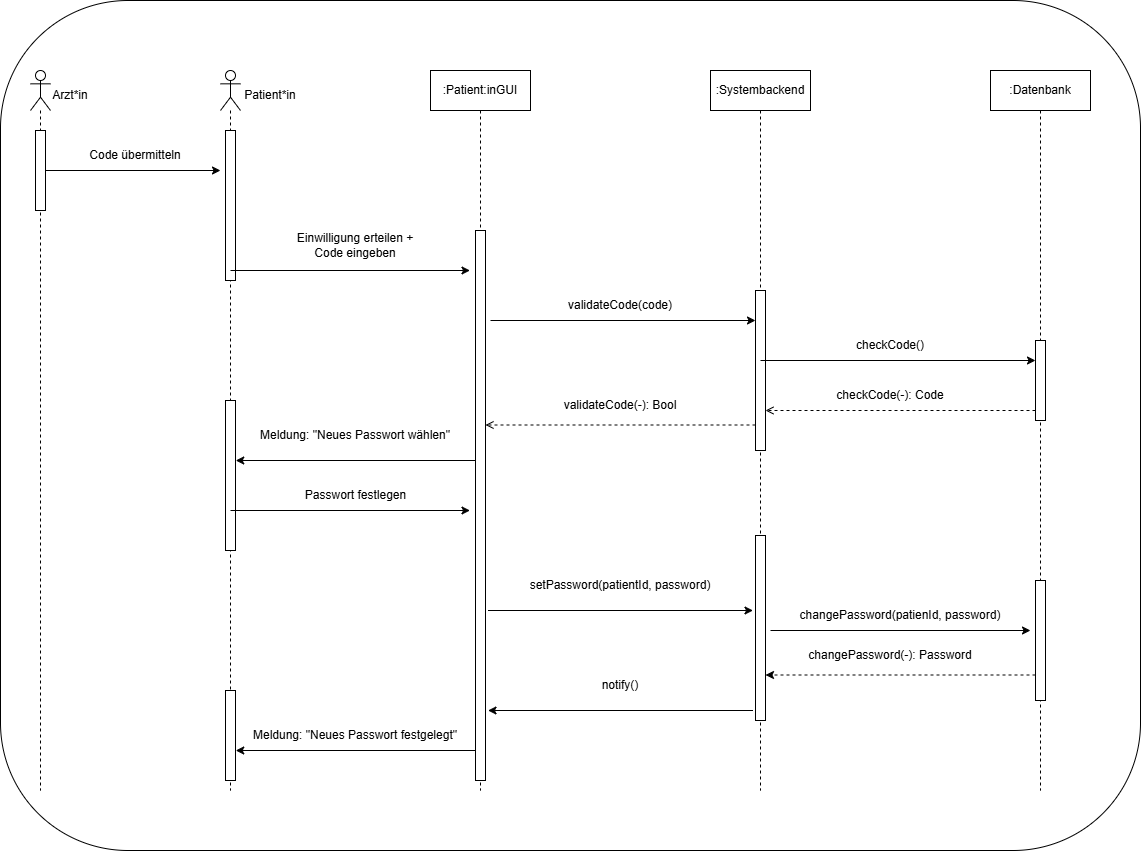
This is docs/product/images/meilenstein2/Sequenz_Anmeldung.drawio.png from duhoanghai/swp25-26, a draw.io export, as it was before one commit. Source tidied: cells renumbered, new cells last; positions are measured from the earlier drawing's top-left corner, leaving out a move shared by most shapes. Source of this version:
```xml
<mxGraphModel>
  <root>
    <mxCell id="0" />
    <mxCell id="1" parent="0" />
    <mxCell id="2" style="rounded=1;whiteSpace=wrap;html=1;" parent="1" vertex="1">
      <mxGeometry width="1140" height="850" as="geometry" />
    </mxCell>
    <mxCell id="3" value=":Patient:inGUI" style="shape=umlLifeline;perimeter=lifelinePerimeter;whiteSpace=wrap;html=1;newEdgeStyle={&quot;curved&quot;:0,&quot;rounded&quot;:0};" parent="1" vertex="1">
      <mxGeometry x="430" y="70" width="100" height="720" as="geometry" />
    </mxCell>
    <mxCell id="4" style="html=1;perimeter=orthogonalPerimeter;targetShapes=umlLifeline;newEdgeStyle={&quot;curved&quot;:0,&quot;rounded&quot;:0};" parent="3" vertex="1">
      <mxGeometry x="45" y="160" width="10" height="550" as="geometry" />
    </mxCell>
    <mxCell id="5" value=":Systembackend" style="shape=umlLifeline;perimeter=lifelinePerimeter;whiteSpace=wrap;html=1;newEdgeStyle={&quot;curved&quot;:0,&quot;rounded&quot;:0};" parent="1" vertex="1">
      <mxGeometry x="710" y="70" width="100" height="720" as="geometry" />
    </mxCell>
    <mxCell id="6" style="html=1;points=[[0,0,0,0,5],[0,1,0,0,-5],[1,0,0,0,5],[1,1,0,0,-5]];perimeter=orthogonalPerimeter;outlineConnect=0;targetShapes=umlLifeline;portConstraint=eastwest;newEdgeStyle={&quot;curved&quot;:0,&quot;rounded&quot;:0};" parent="5" vertex="1">
      <mxGeometry x="45" y="220" width="10" height="160" as="geometry" />
    </mxCell>
    <mxCell id="7" style="html=1;perimeter=orthogonalPerimeter;targetShapes=umlLifeline;newEdgeStyle={&quot;curved&quot;:0,&quot;rounded&quot;:0};" parent="5" vertex="1">
      <mxGeometry x="45" y="465" width="10" height="185" as="geometry" />
    </mxCell>
    <mxCell id="8" value=":Datenbank" style="shape=umlLifeline;perimeter=lifelinePerimeter;whiteSpace=wrap;html=1;newEdgeStyle={&quot;curved&quot;:0,&quot;rounded&quot;:0};" parent="1" vertex="1">
      <mxGeometry x="990" y="70" width="100" height="720" as="geometry" />
    </mxCell>
    <mxCell id="9" style="html=1;points=[[0,0,0,0,5],[0,1,0,0,-5],[1,0,0,0,5],[1,1,0,0,-5]];perimeter=orthogonalPerimeter;outlineConnect=0;targetShapes=umlLifeline;portConstraint=eastwest;newEdgeStyle={&quot;curved&quot;:0,&quot;rounded&quot;:0};" parent="8" vertex="1">
      <mxGeometry x="45" y="270" width="10" height="80" as="geometry" />
    </mxCell>
    <mxCell id="10" style="html=1;perimeter=orthogonalPerimeter;targetShapes=umlLifeline;newEdgeStyle={&quot;curved&quot;:0,&quot;rounded&quot;:0};" parent="8" vertex="1">
      <mxGeometry x="45" y="510" width="10" height="120" as="geometry" />
    </mxCell>
    <mxCell id="11" style="shape=umlLifeline;perimeter=lifelinePerimeter;whiteSpace=wrap;html=1;newEdgeStyle={&quot;curved&quot;:0,&quot;rounded&quot;:0};participant=umlActor;" parent="1" vertex="1">
      <mxGeometry x="220" y="70" width="20" height="720" as="geometry" />
    </mxCell>
    <mxCell id="12" style="html=1;perimeter=orthogonalPerimeter;targetShapes=umlLifeline;newEdgeStyle={&quot;curved&quot;:0,&quot;rounded&quot;:0};" parent="11" vertex="1">
      <mxGeometry x="5" y="60" width="10" height="150" as="geometry" />
    </mxCell>
    <mxCell id="13" style="html=1;perimeter=orthogonalPerimeter;targetShapes=umlLifeline;newEdgeStyle={&quot;curved&quot;:0,&quot;rounded&quot;:0};" parent="11" vertex="1">
      <mxGeometry x="5" y="330" width="10" height="150" as="geometry" />
    </mxCell>
    <mxCell id="14" style="html=1;perimeter=orthogonalPerimeter;targetShapes=umlLifeline;newEdgeStyle={&quot;curved&quot;:0,&quot;rounded&quot;:0};" parent="11" vertex="1">
      <mxGeometry x="5" y="620" width="10" height="90" as="geometry" />
    </mxCell>
    <mxCell id="15" style="shape=umlLifeline;perimeter=lifelinePerimeter;whiteSpace=wrap;html=1;newEdgeStyle={&quot;curved&quot;:0,&quot;rounded&quot;:0};participant=umlActor;" parent="1" vertex="1">
      <mxGeometry x="30" y="70" width="20" height="720" as="geometry" />
    </mxCell>
    <mxCell id="16" style="html=1;points=[[0,0,0,0,5],[0,1,0,0,-5],[1,0,0,0,5],[1,1,0,0,-5]];perimeter=orthogonalPerimeter;outlineConnect=0;targetShapes=umlLifeline;portConstraint=eastwest;newEdgeStyle={&quot;curved&quot;:0,&quot;rounded&quot;:0};" parent="15" vertex="1">
      <mxGeometry x="5" y="60" width="10" height="80" as="geometry" />
    </mxCell>
    <mxCell id="17" value="Arzt*in" style="text;html=1;whiteSpace=wrap;strokeColor=none;fillColor=none;align=center;verticalAlign=middle;rounded=0;" parent="1" vertex="1">
      <mxGeometry x="40" y="80" width="60" height="30" as="geometry" />
    </mxCell>
    <mxCell id="18" value="Patient*in" style="text;html=1;whiteSpace=wrap;strokeColor=none;fillColor=none;align=center;verticalAlign=middle;rounded=0;" parent="1" vertex="1">
      <mxGeometry x="240" y="80" width="60" height="30" as="geometry" />
    </mxCell>
    <mxCell id="19" style="endArrow=classic;html=1;rounded=0;" parent="1" edge="1" source="16">
      <mxGeometry relative="1" as="geometry">
        <mxPoint x="220" y="170" as="targetPoint" />
      </mxGeometry>
    </mxCell>
    <mxCell id="20" value="Code übermitteln" style="text;html=1;whiteSpace=wrap;strokeColor=none;fillColor=none;align=center;verticalAlign=middle;rounded=0;" parent="1" vertex="1">
      <mxGeometry x="80" y="140" width="110" height="30" as="geometry" />
    </mxCell>
    <mxCell id="21" style="endArrow=classic;html=1;rounded=0;" parent="1" edge="1">
      <mxGeometry relative="1" as="geometry">
        <mxPoint x="230" y="270" as="sourcePoint" />
        <mxPoint x="469.5" y="270" as="targetPoint" />
      </mxGeometry>
    </mxCell>
    <mxCell id="22" value="Einwilligung erteilen + Code eingeben" style="text;html=1;whiteSpace=wrap;strokeColor=none;fillColor=none;align=center;verticalAlign=middle;rounded=0;" parent="1" vertex="1">
      <mxGeometry x="290" y="230" width="130" height="30" as="geometry" />
    </mxCell>
    <mxCell id="23" style="endArrow=classic;html=1;rounded=0;" parent="1" edge="1" target="6">
      <mxGeometry relative="1" as="geometry">
        <mxPoint x="490" y="320" as="sourcePoint" />
      </mxGeometry>
    </mxCell>
    <mxCell id="24" value="validateCode(code)" style="text;html=1;whiteSpace=wrap;strokeColor=none;fillColor=none;align=center;verticalAlign=middle;rounded=0;" parent="1" vertex="1">
      <mxGeometry x="590" y="290" width="60" height="30" as="geometry" />
    </mxCell>
    <mxCell id="25" style="endArrow=classic;html=1;rounded=0;" parent="1" edge="1" target="9">
      <mxGeometry relative="1" as="geometry">
        <mxPoint x="760" y="360" as="sourcePoint" />
      </mxGeometry>
    </mxCell>
    <mxCell id="26" value="checkCode()" style="text;html=1;whiteSpace=wrap;strokeColor=none;fillColor=none;align=center;verticalAlign=middle;rounded=0;" parent="1" vertex="1">
      <mxGeometry x="860" y="330" width="60" height="30" as="geometry" />
    </mxCell>
    <mxCell id="27" style="endArrow=open;html=1;rounded=0;dashed=1;endFill=0;" parent="1" edge="1" target="6">
      <mxGeometry relative="1" as="geometry">
        <mxPoint x="1035" y="410" as="sourcePoint" />
      </mxGeometry>
    </mxCell>
    <mxCell id="28" value="checkCode(-): Code" style="text;html=1;whiteSpace=wrap;strokeColor=none;fillColor=none;align=center;verticalAlign=middle;rounded=0;" parent="1" vertex="1">
      <mxGeometry x="830" y="380" width="120" height="30" as="geometry" />
    </mxCell>
    <mxCell id="29" style="endArrow=open;html=1;rounded=0;dashed=1;endFill=0;" parent="1" edge="1">
      <mxGeometry relative="1" as="geometry">
        <mxPoint x="755" y="424.5" as="sourcePoint" />
        <mxPoint x="485" y="424.5" as="targetPoint" />
      </mxGeometry>
    </mxCell>
    <mxCell id="30" value="validateCode(-): Bool" style="text;html=1;whiteSpace=wrap;strokeColor=none;fillColor=none;align=center;verticalAlign=middle;rounded=0;" parent="1" vertex="1">
      <mxGeometry x="555" y="390" width="130" height="30" as="geometry" />
    </mxCell>
    <mxCell id="31" style="endArrow=classic;html=1;rounded=0;" parent="1" edge="1">
      <mxGeometry relative="1" as="geometry">
        <mxPoint x="474.8" y="460" as="sourcePoint" />
        <mxPoint x="235.2" y="460" as="targetPoint" />
      </mxGeometry>
    </mxCell>
    <mxCell id="32" value="Meldung: &quot;Neues Passwort wählen&quot;" style="text;html=1;whiteSpace=wrap;strokeColor=none;fillColor=none;align=center;verticalAlign=middle;rounded=0;" parent="1" vertex="1">
      <mxGeometry x="245" y="420" width="220" height="30" as="geometry" />
    </mxCell>
    <mxCell id="33" style="endArrow=classic;html=1;rounded=0;" parent="1" edge="1">
      <mxGeometry relative="1" as="geometry">
        <mxPoint x="230" y="510" as="sourcePoint" />
        <mxPoint x="469.5" y="510" as="targetPoint" />
      </mxGeometry>
    </mxCell>
    <mxCell id="34" value="Passwort festlegen" style="text;html=1;whiteSpace=wrap;strokeColor=none;fillColor=none;align=center;verticalAlign=middle;rounded=0;" parent="1" vertex="1">
      <mxGeometry x="297.5" y="480" width="115" height="30" as="geometry" />
    </mxCell>
    <mxCell id="35" value="setPassword(patientId, password)" style="text;html=1;whiteSpace=wrap;strokeColor=none;fillColor=none;align=center;verticalAlign=middle;rounded=0;" parent="1" vertex="1">
      <mxGeometry x="510" y="570" width="220" height="30" as="geometry" />
    </mxCell>
    <mxCell id="36" style="endArrow=classic;html=1;rounded=0;" parent="1" edge="1">
      <mxGeometry relative="1" as="geometry">
        <mxPoint x="487.5" y="610" as="sourcePoint" />
        <mxPoint x="752.5" y="610" as="targetPoint" />
      </mxGeometry>
    </mxCell>
    <mxCell id="37" style="endArrow=classic;html=1;rounded=0;" parent="1" edge="1">
      <mxGeometry relative="1" as="geometry">
        <mxPoint x="770" y="630" as="sourcePoint" />
        <mxPoint x="1030" y="630" as="targetPoint" />
      </mxGeometry>
    </mxCell>
    <mxCell id="38" value="changePassword(patienId, password)" style="text;html=1;whiteSpace=wrap;strokeColor=none;fillColor=none;align=center;verticalAlign=middle;rounded=0;" parent="1" vertex="1">
      <mxGeometry x="770" y="600" width="260" height="30" as="geometry" />
    </mxCell>
    <mxCell id="39" style="endArrow=classic;html=1;rounded=0;dashed=1;" parent="1" edge="1">
      <mxGeometry relative="1" as="geometry">
        <mxPoint x="1035" y="674.5" as="sourcePoint" />
        <mxPoint x="765" y="674.5" as="targetPoint" />
      </mxGeometry>
    </mxCell>
    <mxCell id="40" value="changePassword(-): Password" style="text;html=1;whiteSpace=wrap;strokeColor=none;fillColor=none;align=center;verticalAlign=middle;rounded=0;" parent="1" vertex="1">
      <mxGeometry x="785" y="640" width="210" height="30" as="geometry" />
    </mxCell>
    <mxCell id="41" style="endArrow=classic;html=1;rounded=0;" parent="1" edge="1">
      <mxGeometry relative="1" as="geometry">
        <mxPoint x="752.5" y="710" as="sourcePoint" />
        <mxPoint x="487.5" y="710" as="targetPoint" />
      </mxGeometry>
    </mxCell>
    <mxCell id="42" value="notify()" style="text;html=1;whiteSpace=wrap;strokeColor=none;fillColor=none;align=center;verticalAlign=middle;rounded=0;" parent="1" vertex="1">
      <mxGeometry x="590" y="670" width="60" height="30" as="geometry" />
    </mxCell>
    <mxCell id="43" style="endArrow=classic;html=1;rounded=0;" parent="1" edge="1">
      <mxGeometry relative="1" as="geometry">
        <mxPoint x="474.8" y="750" as="sourcePoint" />
        <mxPoint x="235.2" y="750" as="targetPoint" />
      </mxGeometry>
    </mxCell>
    <mxCell id="44" value="Meldung: &quot;Neues Passwort festgelegt&quot;" style="text;html=1;whiteSpace=wrap;strokeColor=none;fillColor=none;align=center;verticalAlign=middle;rounded=0;" parent="1" vertex="1">
      <mxGeometry x="230" y="720" width="250" height="30" as="geometry" />
    </mxCell>
  </root>
</mxGraphModel>
```
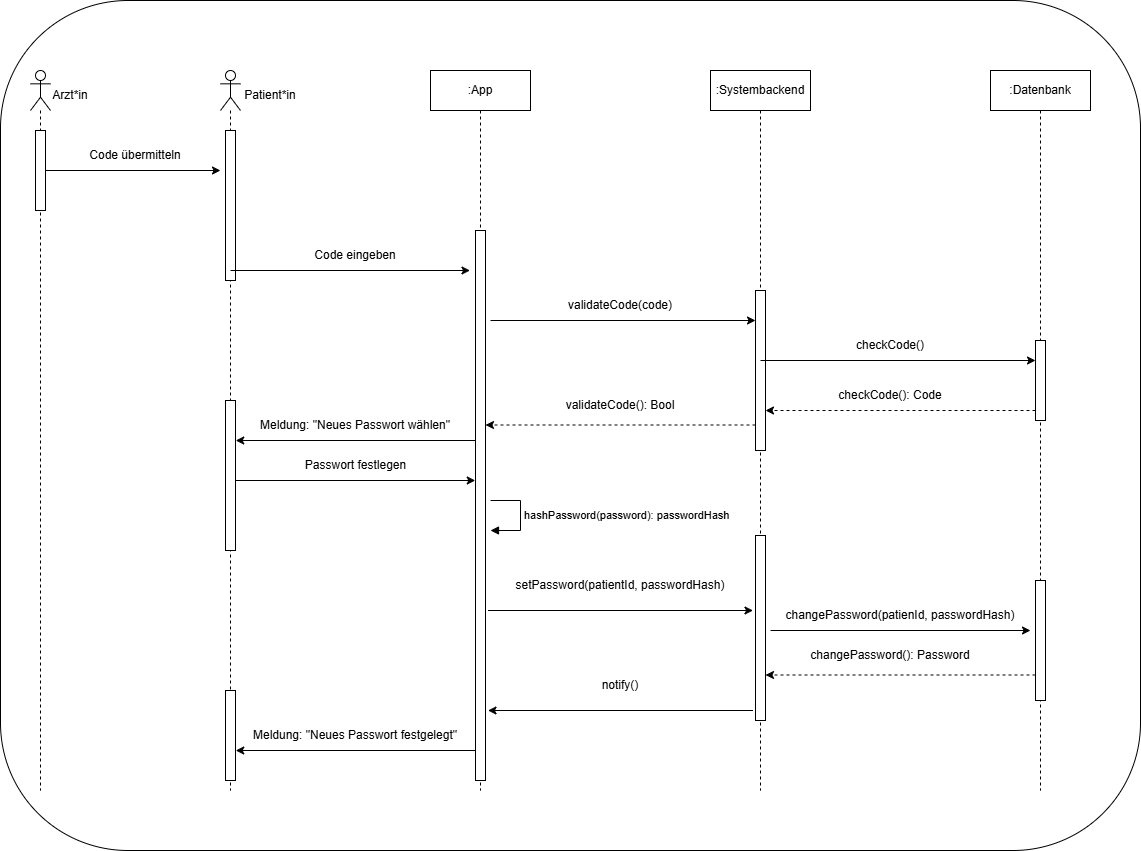
After the change.

The edit, as a diff of the source:
```diff
@@ -5,7 +5,7 @@
     <mxCell id="2" style="rounded=1;whiteSpace=wrap;html=1;" parent="1" vertex="1">
       <mxGeometry width="1140" height="850" as="geometry" />
     </mxCell>
-    <mxCell id="3" value=":Patient:inGUI" style="shape=umlLifeline;perimeter=lifelinePerimeter;whiteSpace=wrap;html=1;newEdgeStyle={&quot;curved&quot;:0,&quot;rounded&quot;:0};" parent="1" vertex="1">
+    <mxCell id="3" value=":App" style="shape=umlLifeline;perimeter=lifelinePerimeter;whiteSpace=wrap;html=1;newEdgeStyle={&quot;curved&quot;:0,&quot;rounded&quot;:0};" parent="1" vertex="1">
       <mxGeometry x="430" y="70" width="100" height="720" as="geometry" />
     </mxCell>
     <mxCell id="4" style="html=1;perimeter=orthogonalPerimeter;targetShapes=umlLifeline;newEdgeStyle={&quot;curved&quot;:0,&quot;rounded&quot;:0};" parent="3" vertex="1">
@@ -67,8 +67,8 @@
         <mxPoint x="469.5" y="270" as="targetPoint" />
       </mxGeometry>
     </mxCell>
-    <mxCell id="22" value="Einwilligung erteilen + Code eingeben" style="text;html=1;whiteSpace=wrap;strokeColor=none;fillColor=none;align=center;verticalAlign=middle;rounded=0;" parent="1" vertex="1">
-      <mxGeometry x="290" y="230" width="130" height="30" as="geometry" />
+    <mxCell id="22" value="Code eingeben" style="text;html=1;whiteSpace=wrap;strokeColor=none;fillColor=none;align=center;verticalAlign=middle;rounded=0;" parent="1" vertex="1">
+      <mxGeometry x="290" y="240" width="130" height="30" as="geometry" />
     </mxCell>
     <mxCell id="23" style="endArrow=classic;html=1;rounded=0;" parent="1" edge="1" target="6">
       <mxGeometry relative="1" as="geometry">
@@ -86,42 +86,42 @@
     <mxCell id="26" value="checkCode()" style="text;html=1;whiteSpace=wrap;strokeColor=none;fillColor=none;align=center;verticalAlign=middle;rounded=0;" parent="1" vertex="1">
       <mxGeometry x="860" y="330" width="60" height="30" as="geometry" />
     </mxCell>
-    <mxCell id="27" style="endArrow=open;html=1;rounded=0;dashed=1;endFill=0;" parent="1" edge="1" target="6">
+    <mxCell id="27" style="endArrow=classic;html=1;rounded=0;dashed=1;" parent="1" edge="1" target="6">
       <mxGeometry relative="1" as="geometry">
         <mxPoint x="1035" y="410" as="sourcePoint" />
       </mxGeometry>
     </mxCell>
-    <mxCell id="28" value="checkCode(-): Code" style="text;html=1;whiteSpace=wrap;strokeColor=none;fillColor=none;align=center;verticalAlign=middle;rounded=0;" parent="1" vertex="1">
+    <mxCell id="28" value="checkCode(): Code" style="text;html=1;whiteSpace=wrap;strokeColor=none;fillColor=none;align=center;verticalAlign=middle;rounded=0;" parent="1" vertex="1">
       <mxGeometry x="830" y="380" width="120" height="30" as="geometry" />
     </mxCell>
-    <mxCell id="29" style="endArrow=open;html=1;rounded=0;dashed=1;endFill=0;" parent="1" edge="1">
+    <mxCell id="29" style="endArrow=classic;html=1;rounded=0;dashed=1;" parent="1" edge="1">
       <mxGeometry relative="1" as="geometry">
         <mxPoint x="755" y="424.5" as="sourcePoint" />
         <mxPoint x="485" y="424.5" as="targetPoint" />
       </mxGeometry>
     </mxCell>
-    <mxCell id="30" value="validateCode(-): Bool" style="text;html=1;whiteSpace=wrap;strokeColor=none;fillColor=none;align=center;verticalAlign=middle;rounded=0;" parent="1" vertex="1">
+    <mxCell id="30" value="validateCode(): Bool" style="text;html=1;whiteSpace=wrap;strokeColor=none;fillColor=none;align=center;verticalAlign=middle;rounded=0;" parent="1" vertex="1">
       <mxGeometry x="555" y="390" width="130" height="30" as="geometry" />
     </mxCell>
     <mxCell id="31" style="endArrow=classic;html=1;rounded=0;" parent="1" edge="1">
       <mxGeometry relative="1" as="geometry">
-        <mxPoint x="474.8" y="460" as="sourcePoint" />
-        <mxPoint x="235.2" y="460" as="targetPoint" />
+        <mxPoint x="474.8" y="440" as="sourcePoint" />
+        <mxPoint x="235.2" y="440" as="targetPoint" />
       </mxGeometry>
     </mxCell>
     <mxCell id="32" value="Meldung: &quot;Neues Passwort wählen&quot;" style="text;html=1;whiteSpace=wrap;strokeColor=none;fillColor=none;align=center;verticalAlign=middle;rounded=0;" parent="1" vertex="1">
-      <mxGeometry x="245" y="420" width="220" height="30" as="geometry" />
+      <mxGeometry x="245" y="410" width="220" height="30" as="geometry" />
     </mxCell>
     <mxCell id="33" style="endArrow=classic;html=1;rounded=0;" parent="1" edge="1">
       <mxGeometry relative="1" as="geometry">
-        <mxPoint x="230" y="510" as="sourcePoint" />
-        <mxPoint x="469.5" y="510" as="targetPoint" />
+        <mxPoint x="235.2" y="480" as="sourcePoint" />
+        <mxPoint x="474.8" y="480" as="targetPoint" />
       </mxGeometry>
     </mxCell>
     <mxCell id="34" value="Passwort festlegen" style="text;html=1;whiteSpace=wrap;strokeColor=none;fillColor=none;align=center;verticalAlign=middle;rounded=0;" parent="1" vertex="1">
-      <mxGeometry x="297.5" y="480" width="115" height="30" as="geometry" />
+      <mxGeometry x="297.5" y="450" width="115" height="30" as="geometry" />
     </mxCell>
-    <mxCell id="35" value="setPassword(patientId, password)" style="text;html=1;whiteSpace=wrap;strokeColor=none;fillColor=none;align=center;verticalAlign=middle;rounded=0;" parent="1" vertex="1">
+    <mxCell id="35" value="setPassword(patientId, passwordHash)" style="text;html=1;whiteSpace=wrap;strokeColor=none;fillColor=none;align=center;verticalAlign=middle;rounded=0;" parent="1" vertex="1">
       <mxGeometry x="510" y="570" width="220" height="30" as="geometry" />
     </mxCell>
     <mxCell id="36" style="endArrow=classic;html=1;rounded=0;" parent="1" edge="1">
@@ -136,7 +136,7 @@
         <mxPoint x="1030" y="630" as="targetPoint" />
       </mxGeometry>
     </mxCell>
-    <mxCell id="38" value="changePassword(patienId, password)" style="text;html=1;whiteSpace=wrap;strokeColor=none;fillColor=none;align=center;verticalAlign=middle;rounded=0;" parent="1" vertex="1">
+    <mxCell id="38" value="changePassword(patienId, passwordHash)" style="text;html=1;whiteSpace=wrap;strokeColor=none;fillColor=none;align=center;verticalAlign=middle;rounded=0;" parent="1" vertex="1">
       <mxGeometry x="770" y="600" width="260" height="30" as="geometry" />
     </mxCell>
     <mxCell id="39" style="endArrow=classic;html=1;rounded=0;dashed=1;" parent="1" edge="1">
@@ -145,7 +145,7 @@
         <mxPoint x="765" y="674.5" as="targetPoint" />
       </mxGeometry>
     </mxCell>
-    <mxCell id="40" value="changePassword(-): Password" style="text;html=1;whiteSpace=wrap;strokeColor=none;fillColor=none;align=center;verticalAlign=middle;rounded=0;" parent="1" vertex="1">
+    <mxCell id="40" value="changePassword(): Password" style="text;html=1;whiteSpace=wrap;strokeColor=none;fillColor=none;align=center;verticalAlign=middle;rounded=0;" parent="1" vertex="1">
       <mxGeometry x="785" y="640" width="210" height="30" as="geometry" />
     </mxCell>
     <mxCell id="41" style="endArrow=classic;html=1;rounded=0;" parent="1" edge="1">
@@ -166,5 +166,14 @@
     <mxCell id="44" value="Meldung: &quot;Neues Passwort festgelegt&quot;" style="text;html=1;whiteSpace=wrap;strokeColor=none;fillColor=none;align=center;verticalAlign=middle;rounded=0;" parent="1" vertex="1">
       <mxGeometry x="230" y="720" width="250" height="30" as="geometry" />
     </mxCell>
+    <mxCell id="45" value="hashPassword(password): passwordHash" style="html=1;align=left;spacingLeft=2;endArrow=block;rounded=0;edgeStyle=orthogonalEdgeStyle;curved=0;rounded=0;" parent="1" edge="1">
+      <mxGeometry relative="1" as="geometry">
+        <mxPoint x="490" y="500" as="sourcePoint" />
+        <mxPoint x="490" y="530" as="targetPoint" />
+        <Array as="points">
+          <mxPoint x="520" y="530" />
+        </Array>
+      </mxGeometry>
+    </mxCell>
   </root>
 </mxGraphModel>
```
